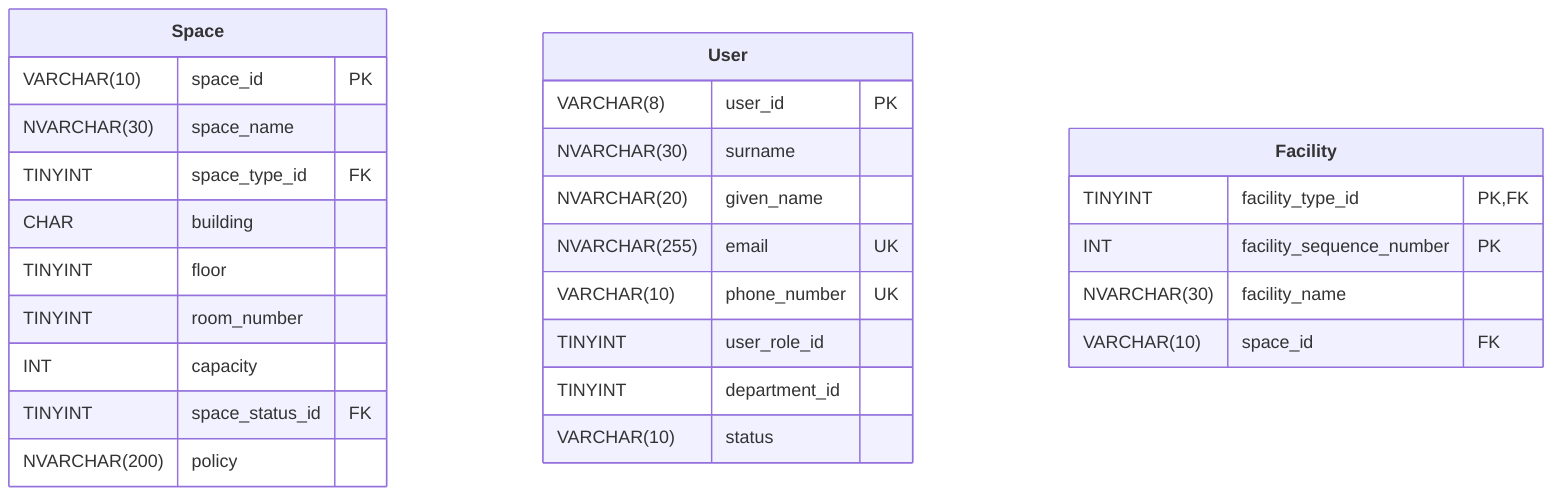
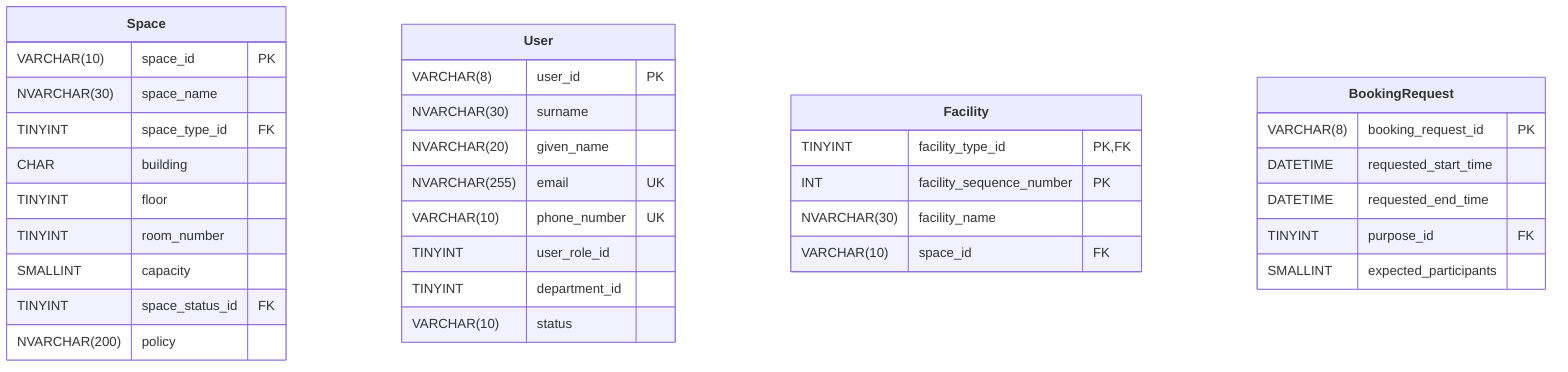
erDiagram

%% ENTITIES
**Space** {
	VARCHAR(10) space_id PK
	NVARCHAR(30) space_name
	TINYINT space_type_id FK
	CHAR building
	TINYINT floor
	TINYINT room_number
- 	INT capacity
+ 	SMALLINT capacity
	TINYINT space_status_id FK
	NVARCHAR(200) policy
}

**User** {
	VARCHAR(8) user_id PK
	NVARCHAR(30) surname
	NVARCHAR(20) given_name
	NVARCHAR(255) email UK
	VARCHAR(10) phone_number UK
	TINYINT user_role_id
	TINYINT department_id
	VARCHAR(10) status
}

**Facility** {
	TINYINT facility_type_id PK, FK
	INT facility_sequence_number PK
	NVARCHAR(30) facility_name
	VARCHAR(10) space_id FK
+ }
+ 
+ **BookingRequest** {
+ 	VARCHAR(8) booking_request_id PK
+ 	DATETIME requested_start_time
+ 	DATETIME requested_end_time
+ 	TINYINT purpose_id FK
+ 	SMALLINT expected_participants
}